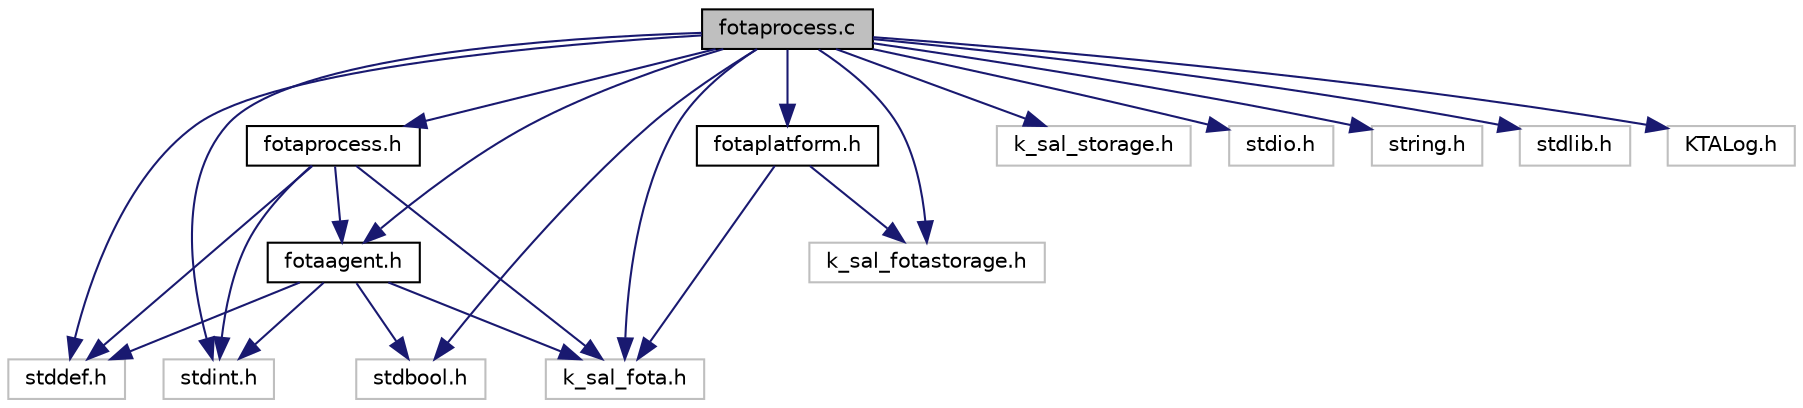
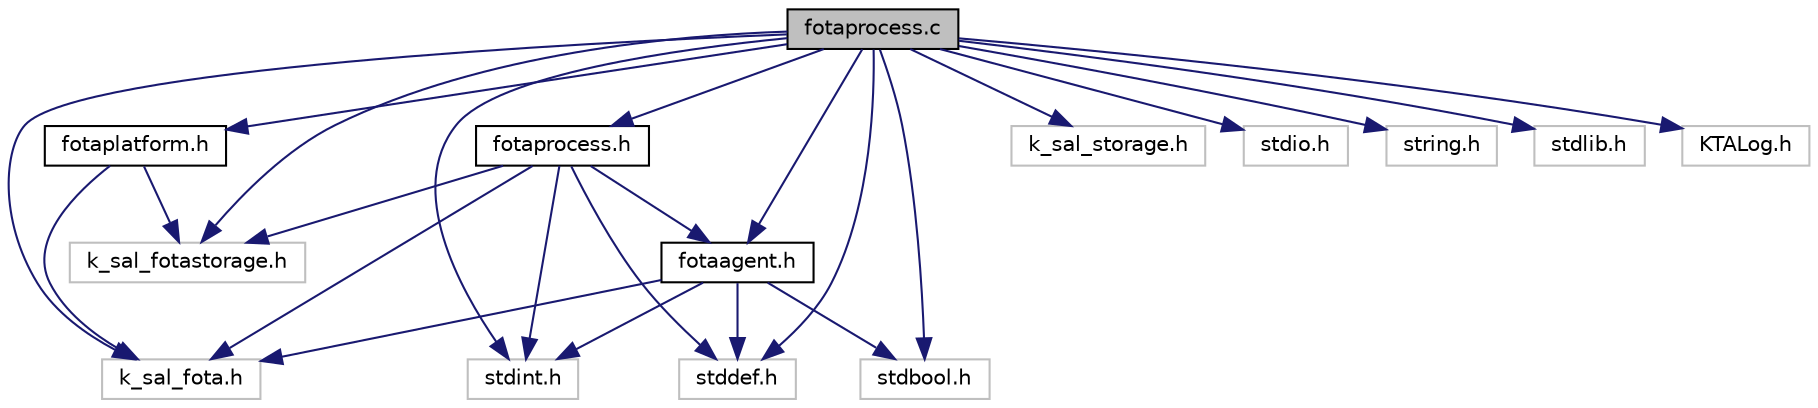
digraph "fotaprocess.c"
{
 // LATEX_PDF_SIZE
  edge [fontname="Helvetica",fontsize="10",labelfontname="Helvetica",labelfontsize="10"];
  node [fontname="Helvetica",fontsize="10",shape=record];
  Node1 [label="fotaprocess.c",height=0.2,width=0.4,color="black", fillcolor="grey75", style="filled", fontcolor="black",tooltip="Fota Process."];
  Node1 -> Node2 [color="midnightblue",fontsize="10",style="solid",fontname="Helvetica"];
  Node2 [label="k_sal_fota.h",height=0.2,width=0.4,color="grey75", fillcolor="white", style="filled",tooltip=" "];
  Node1 -> Node3 [color="midnightblue",fontsize="10",style="solid",fontname="Helvetica"];
  Node3 [label="fotaagent.h",height=0.2,width=0.4,color="black", fillcolor="white", style="filled",URL="$fotaagent_8h.html",tooltip="Interface for Fota Agent."];
  Node3 -> Node2 [color="midnightblue",fontsize="10",style="solid",fontname="Helvetica"];
  Node3 -> Node4 [color="midnightblue",fontsize="10",style="solid",fontname="Helvetica"];
  Node4 [label="stddef.h",height=0.2,width=0.4,color="grey75", fillcolor="white", style="filled",tooltip=" "];
  Node3 -> Node5 [color="midnightblue",fontsize="10",style="solid",fontname="Helvetica"];
  Node5 [label="stdint.h",height=0.2,width=0.4,color="grey75", fillcolor="white", style="filled",tooltip=" "];
  Node3 -> Node6 [color="midnightblue",fontsize="10",style="solid",fontname="Helvetica"];
  Node6 [label="stdbool.h",height=0.2,width=0.4,color="grey75", fillcolor="white", style="filled",tooltip=" "];
  Node1 -> Node7 [color="midnightblue",fontsize="10",style="solid",fontname="Helvetica"];
  Node7 [label="fotaprocess.h",height=0.2,width=0.4,color="black", fillcolor="white", style="filled",URL="$fotaprocess_8h.html",tooltip="Fota Agent Process."];
  Node7 -> Node3 [color="midnightblue",fontsize="10",style="solid",fontname="Helvetica"];
  Node7 -> Node2 [color="midnightblue",fontsize="10",style="solid",fontname="Helvetica"];
+   Node7 -> Node8 [color="midnightblue",fontsize="10",style="solid",fontname="Helvetica"];
+   Node8 [label="k_sal_fotastorage.h",height=0.2,width=0.4,color="grey75", fillcolor="white", style="filled",tooltip=" "];
  Node7 -> Node4 [color="midnightblue",fontsize="10",style="solid",fontname="Helvetica"];
  Node7 -> Node5 [color="midnightblue",fontsize="10",style="solid",fontname="Helvetica"];
-   Node1 -> Node8 [color="midnightblue",fontsize="10",style="solid",fontname="Helvetica"];
-   Node8 [label="fotaplatform.h",height=0.2,width=0.4,color="black", fillcolor="white", style="filled",URL="$fotaplatform_8h.html",tooltip="Interface for Fota platform to be implemented by integrator as per target platform."];
-   Node8 -> Node2 [color="midnightblue",fontsize="10",style="solid",fontname="Helvetica"];
-   Node8 -> Node9 [color="midnightblue",fontsize="10",style="solid",fontname="Helvetica"];
-   Node9 [label="k_sal_fotastorage.h",height=0.2,width=0.4,color="grey75", fillcolor="white", style="filled",tooltip=" "];
+   Node1 -> Node9 [color="midnightblue",fontsize="10",style="solid",fontname="Helvetica"];
+   Node9 [label="fotaplatform.h",height=0.2,width=0.4,color="black", fillcolor="white", style="filled",URL="$fotaplatform_8h.html",tooltip="Interface for Fota platform to be implemented by integrator as per target platform."];
+   Node9 -> Node2 [color="midnightblue",fontsize="10",style="solid",fontname="Helvetica"];
+   Node9 -> Node8 [color="midnightblue",fontsize="10",style="solid",fontname="Helvetica"];
  Node1 -> Node10 [color="midnightblue",fontsize="10",style="solid",fontname="Helvetica"];
  Node10 [label="k_sal_storage.h",height=0.2,width=0.4,color="grey75", fillcolor="white", style="filled",tooltip=" "];
-   Node1 -> Node9 [color="midnightblue",fontsize="10",style="solid",fontname="Helvetica"];
+   Node1 -> Node8 [color="midnightblue",fontsize="10",style="solid",fontname="Helvetica"];
  Node1 -> Node11 [color="midnightblue",fontsize="10",style="solid",fontname="Helvetica"];
  Node11 [label="stdio.h",height=0.2,width=0.4,color="grey75", fillcolor="white", style="filled",tooltip=" "];
  Node1 -> Node12 [color="midnightblue",fontsize="10",style="solid",fontname="Helvetica"];
  Node12 [label="string.h",height=0.2,width=0.4,color="grey75", fillcolor="white", style="filled",tooltip=" "];
  Node1 -> Node4 [color="midnightblue",fontsize="10",style="solid",fontname="Helvetica"];
  Node1 -> Node5 [color="midnightblue",fontsize="10",style="solid",fontname="Helvetica"];
  Node1 -> Node6 [color="midnightblue",fontsize="10",style="solid",fontname="Helvetica"];
  Node1 -> Node13 [color="midnightblue",fontsize="10",style="solid",fontname="Helvetica"];
  Node13 [label="stdlib.h",height=0.2,width=0.4,color="grey75", fillcolor="white", style="filled",tooltip=" "];
  Node1 -> Node14 [color="midnightblue",fontsize="10",style="solid",fontname="Helvetica"];
  Node14 [label="KTALog.h",height=0.2,width=0.4,color="grey75", fillcolor="white", style="filled",tooltip=" "];
}
